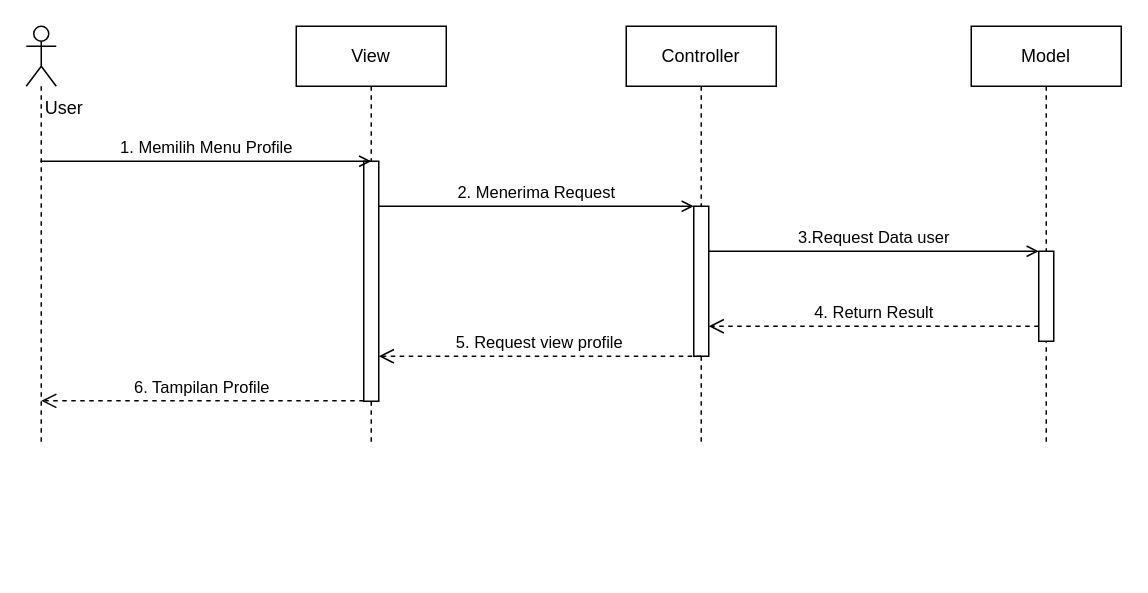
This is page "updateprofli" (4 of 7) of sequence.drawio from ThikerXCX/umltoko, a draw.io file, before an edit. Source tidied: cells renumbered, new cells numbered last; positions are measured from the earlier drawing's top-left corner, leaving out a move shared by most shapes. Both pictures are drawn from the tidied source at 150%, with x=0, y=0 at pixel (26, 26).
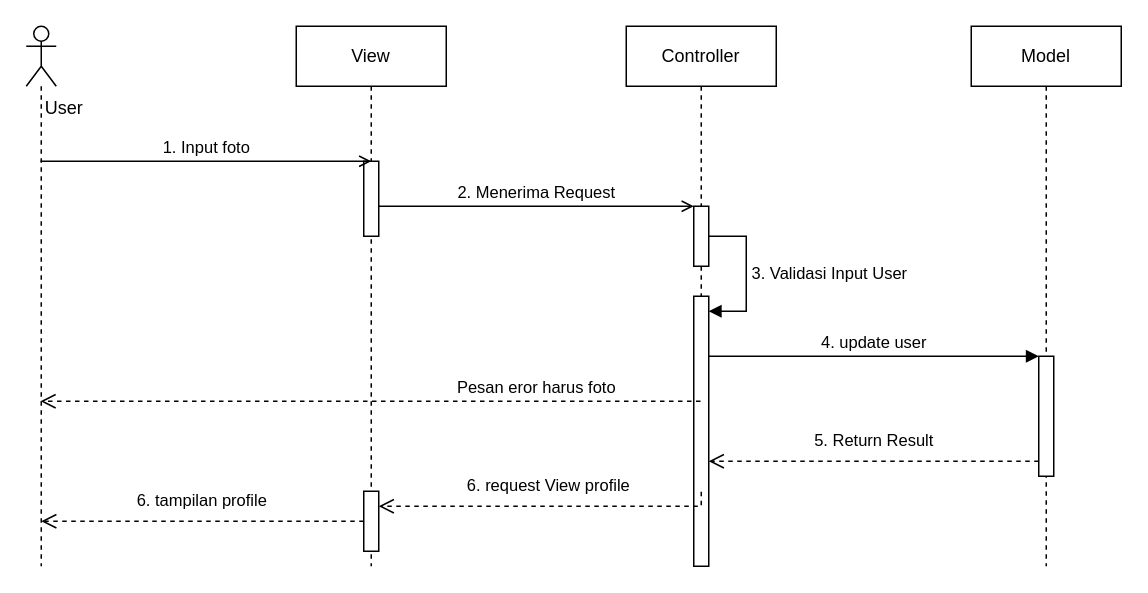
The same page after the edit.

The edit, as a diff of the source:
```diff
@@
     <mxCell id="2" style="shape=umlLifeline;perimeter=lifelinePerimeter;whiteSpace=wrap;html=1;outlineConnect=0;portConstraint=eastwest;newEdgeStyle={&quot;edgeStyle&quot;:&quot;elbowEdgeStyle&quot;,&quot;elbow&quot;:&quot;vertical&quot;,&quot;curved&quot;:0,&quot;rounded&quot;:0};participant=umlActor;" parent="1" vertex="1">
-      <mxGeometry width="20" height="280" as="geometry" />
+      <mxGeometry width="20" height="360" as="geometry" />
     </mxCell>
     <mxCell id="3" value="View" style="shape=umlLifeline;perimeter=lifelinePerimeter;whiteSpace=wrap;html=1;newEdgeStyle={&quot;edgeStyle&quot;:&quot;elbowEdgeStyle&quot;,&quot;elbow&quot;:&quot;vertical&quot;,&quot;curved&quot;:0,&quot;rounded&quot;:0};" parent="1" vertex="1">
-      <mxGeometry x="180" width="100" height="280" as="geometry" />
+      <mxGeometry x="180" width="100" height="360" as="geometry" />
     </mxCell>
     <mxCell id="4" style="html=1;points=[];perimeter=orthogonalPerimeter;outlineConnect=0;targetShapes=umlLifeline;portConstraint=eastwest;newEdgeStyle={&quot;edgeStyle&quot;:&quot;elbowEdgeStyle&quot;,&quot;elbow&quot;:&quot;vertical&quot;,&quot;curved&quot;:0,&quot;rounded&quot;:0};" parent="3" vertex="1">
-      <mxGeometry x="45" y="90" width="10" height="160" as="geometry" />
+      <mxGeometry x="45" y="90" width="10" height="50" as="geometry" />
     </mxCell>
@@
     <mxCell id="6" value="Controller" style="shape=umlLifeline;perimeter=lifelinePerimeter;whiteSpace=wrap;html=1;outlineConnect=0;portConstraint=eastwest;newEdgeStyle={&quot;edgeStyle&quot;:&quot;elbowEdgeStyle&quot;,&quot;elbow&quot;:&quot;vertical&quot;,&quot;curved&quot;:0,&quot;rounded&quot;:0};" parent="1" vertex="1">
-      <mxGeometry x="400" width="100" height="280" as="geometry" />
+      <mxGeometry x="400" width="100" height="360" as="geometry" />
     </mxCell>
     <mxCell id="7" style="html=1;points=[];perimeter=orthogonalPerimeter;outlineConnect=0;targetShapes=umlLifeline;portConstraint=eastwest;newEdgeStyle={&quot;edgeStyle&quot;:&quot;elbowEdgeStyle&quot;,&quot;elbow&quot;:&quot;vertical&quot;,&quot;curved&quot;:0,&quot;rounded&quot;:0};" parent="6" vertex="1">
-      <mxGeometry x="45" y="120" width="10" height="100" as="geometry" />
+      <mxGeometry x="45" y="120" width="10" height="40" as="geometry" />
     </mxCell>
+    <mxCell id="16" style="html=1;points=[];perimeter=orthogonalPerimeter;outlineConnect=0;targetShapes=umlLifeline;portConstraint=eastwest;newEdgeStyle={&quot;edgeStyle&quot;:&quot;elbowEdgeStyle&quot;,&quot;elbow&quot;:&quot;vertical&quot;,&quot;curved&quot;:0,&quot;rounded&quot;:0};" parent="6" vertex="1">
+      <mxGeometry x="45" y="180" width="10" height="180" as="geometry" />
+    </mxCell>
+    <mxCell id="17" value="3. Validasi Input User" style="html=1;align=left;spacingLeft=2;endArrow=block;rounded=0;edgeStyle=orthogonalEdgeStyle;curved=0;rounded=0;" parent="6" edge="1" source="7" target="16">
+      <mxGeometry relative="1" as="geometry">
+        <Array as="points">
+          <mxPoint x="80" y="140" />
+          <mxPoint x="80" y="190" />
+        </Array>
+      </mxGeometry>
+    </mxCell>
     <mxCell id="8" value="Model" style="shape=umlLifeline;perimeter=lifelinePerimeter;whiteSpace=wrap;html=1;newEdgeStyle={&quot;edgeStyle&quot;:&quot;elbowEdgeStyle&quot;,&quot;elbow&quot;:&quot;vertical&quot;,&quot;curved&quot;:0,&quot;rounded&quot;:0};" parent="1" vertex="1">
-      <mxGeometry x="630" width="100" height="280" as="geometry" />
+      <mxGeometry x="630" width="100" height="360" as="geometry" />
     </mxCell>
-    <mxCell id="9" style="html=1;points=[];perimeter=orthogonalPerimeter;outlineConnect=0;targetShapes=umlLifeline;portConstraint=eastwest;newEdgeStyle={&quot;edgeStyle&quot;:&quot;elbowEdgeStyle&quot;,&quot;elbow&quot;:&quot;vertical&quot;,&quot;curved&quot;:0,&quot;rounded&quot;:0};" parent="8" vertex="1">
-      <mxGeometry x="45" y="150" width="10" height="60" as="geometry" />
-    </mxCell>
+    <mxCell id="18" style="html=1;perimeter=orthogonalPerimeter;targetShapes=umlLifeline;newEdgeStyle={&quot;edgeStyle&quot;:&quot;elbowEdgeStyle&quot;,&quot;elbow&quot;:&quot;vertical&quot;,&quot;curved&quot;:0,&quot;rounded&quot;:0};" parent="8" vertex="1">
+      <mxGeometry x="45" y="220" width="10" height="80" as="geometry" />
+    </mxCell>
-    <mxCell id="10" value="1. Memilih Menu Profile" style="html=1;verticalAlign=bottom;labelBackgroundColor=none;endArrow=open;endFill=0;rounded=0;" parent="1" edge="1" source="2">
+    <mxCell id="10" value="1. Input foto" style="html=1;verticalAlign=bottom;labelBackgroundColor=none;endArrow=open;endFill=0;rounded=0;" parent="1" edge="1" source="2">
       <mxGeometry relative="1" as="geometry">
         <mxPoint x="230" y="90" as="targetPoint" />
         <Array as="points">
           <mxPoint x="100" y="90" />
         </Array>
       </mxGeometry>
     </mxCell>
-    <mxCell id="11" value="4. Return Result" style="endArrow=open;startArrow=none;endFill=0;startFill=0;endSize=8;html=1;verticalAlign=bottom;dashed=1;labelBackgroundColor=none;rounded=0;" parent="1" edge="1" source="9" target="7">
-      <mxGeometry relative="1" as="geometry">
-        <Array as="points">
-          <mxPoint x="540" y="200" />
-        </Array>
-      </mxGeometry>
-    </mxCell>
@@
-    <mxCell id="13" value="3.Request Data user" style="html=1;verticalAlign=bottom;labelBackgroundColor=none;endArrow=open;endFill=0;rounded=0;" parent="1" edge="1" source="7" target="9">
-      <mxGeometry relative="1" as="geometry">
-        <Array as="points">
-          <mxPoint x="550" y="150" />
-        </Array>
-      </mxGeometry>
-    </mxCell>
-    <mxCell id="14" value="5. Request view profile" style="endArrow=open;startArrow=none;endFill=0;startFill=0;endSize=8;html=1;verticalAlign=bottom;dashed=1;labelBackgroundColor=none;rounded=0;" parent="1" edge="1" target="4">
-      <mxGeometry relative="1" as="geometry">
-        <mxPoint x="450" y="220" as="sourcePoint" />
-        <Array as="points">
-          <mxPoint x="320" y="220" />
-        </Array>
-      </mxGeometry>
-    </mxCell>
-    <mxCell id="15" value="6. Tampilan Profile" style="endArrow=open;startArrow=none;endFill=0;startFill=0;endSize=8;html=1;verticalAlign=bottom;dashed=1;labelBackgroundColor=none;rounded=0;" parent="1" edge="1" source="4">
-      <mxGeometry relative="1" as="geometry">
-        <mxPoint x="10" y="249.7" as="targetPoint" />
-        <Array as="points">
-          <mxPoint x="100" y="249.7" />
-        </Array>
-      </mxGeometry>
-    </mxCell>
+    <mxCell id="19" value="4. update user" style="html=1;verticalAlign=bottom;endArrow=block;edgeStyle=elbowEdgeStyle;elbow=vertical;curved=0;rounded=0;" parent="1" edge="1">
+      <mxGeometry relative="1" as="geometry">
+        <mxPoint x="455" y="220" as="sourcePoint" />
+        <mxPoint x="675" y="220" as="targetPoint" />
+      </mxGeometry>
+    </mxCell>
+    <mxCell id="20" value="Pesan eror harus foto" style="html=1;verticalAlign=bottom;endArrow=open;dashed=1;endSize=8;edgeStyle=elbowEdgeStyle;elbow=horizontal;curved=0;rounded=0;" parent="1" edge="1" source="6" target="2">
+      <mxGeometry x="-0.5" relative="1" as="geometry">
+        <Array as="points">
+          <mxPoint x="380" y="250" />
+          <mxPoint x="365.1" y="190" />
+        </Array>
+      </mxGeometry>
+    </mxCell>
+    <mxCell id="21" value="5. Return Result" style="html=1;verticalAlign=bottom;endArrow=open;dashed=1;endSize=8;edgeStyle=elbowEdgeStyle;elbow=vertical;curved=0;rounded=0;" parent="1" edge="1">
+      <mxGeometry y="-5" relative="1" as="geometry">
+        <mxPoint x="675" y="290" as="sourcePoint" />
+        <mxPoint x="455" y="290" as="targetPoint" />
+      </mxGeometry>
+    </mxCell>
+    <mxCell id="22" value="6. request View profile" style="html=1;verticalAlign=bottom;endArrow=open;dashed=1;endSize=8;edgeStyle=elbowEdgeStyle;elbow=vertical;curved=0;rounded=0;" parent="1" edge="1" target="25">
+      <mxGeometry y="-5" relative="1" as="geometry">
+        <mxPoint x="450" y="310.3" as="sourcePoint" />
+        <Array as="points">
+          <mxPoint x="450" y="320" />
+        </Array>
+      </mxGeometry>
+    </mxCell>
+    <mxCell id="23" value="6. tampilan profile" style="html=1;verticalAlign=bottom;endArrow=open;dashed=1;endSize=8;edgeStyle=elbowEdgeStyle;elbow=vertical;curved=0;rounded=0;" parent="1" edge="1" source="25">
+      <mxGeometry y="-5" relative="1" as="geometry">
+        <mxPoint x="10" y="330" as="targetPoint" />
+      </mxGeometry>
+    </mxCell>
+    <mxCell id="24" style="html=1;verticalAlign=bottom;endArrow=open;dashed=1;endSize=8;edgeStyle=elbowEdgeStyle;elbow=vertical;curved=0;rounded=0;" parent="1" edge="1" target="25">
+      <mxGeometry y="-5" relative="1" as="geometry">
+        <mxPoint x="230" y="330" as="sourcePoint" />
+      </mxGeometry>
+    </mxCell>
+    <mxCell id="25" style="html=1;points=[];perimeter=orthogonalPerimeter;outlineConnect=0;targetShapes=umlLifeline;portConstraint=eastwest;newEdgeStyle={&quot;edgeStyle&quot;:&quot;elbowEdgeStyle&quot;,&quot;elbow&quot;:&quot;vertical&quot;,&quot;curved&quot;:0,&quot;rounded&quot;:0};" parent="1" vertex="1">
+      <mxGeometry x="225" y="310" width="10" height="40" as="geometry" />
+    </mxCell>
```
